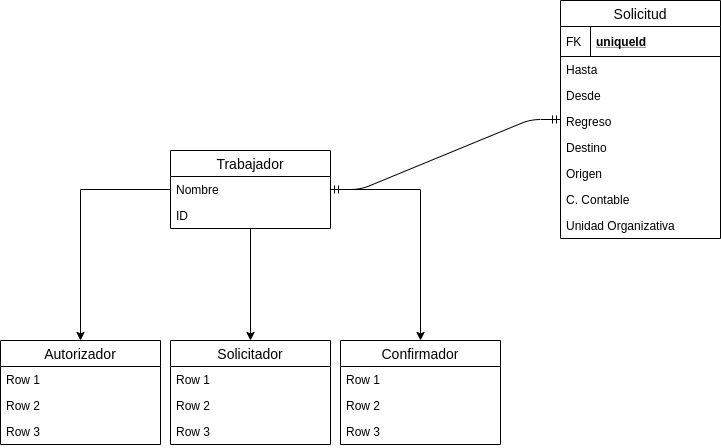
This is Solicitud de Dietas.png from yandivd/solicitud_dieta, a draw.io export, as it was before one commit. Source tidied: cells renumbered, new cells last; positions are measured from the earlier drawing's top-left corner, leaving out a move shared by most shapes.
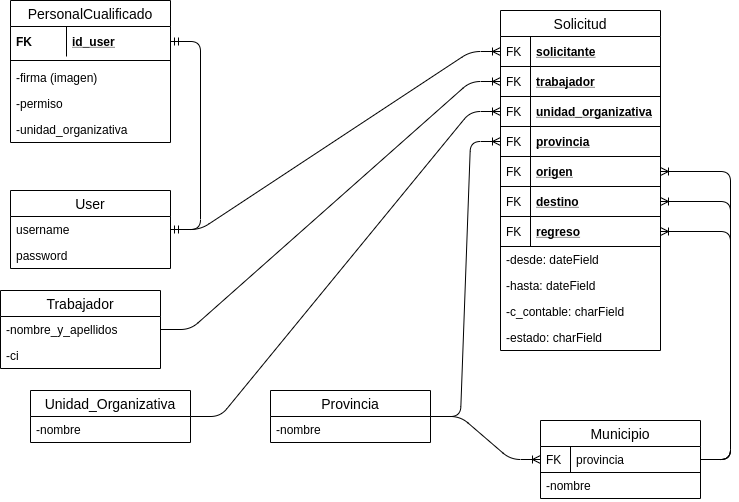
The same file after the commit.

Change to the diagram source:
```diff
@@ -2,92 +2,152 @@
   <root>
     <mxCell id="0" />
     <mxCell id="1" parent="0" />
-    <mxCell id="2" style="edgeStyle=orthogonalEdgeStyle;rounded=0;jettySize=auto;html=1;" parent="1" edge="1" source="28" target="13">
-      <mxGeometry relative="1" as="geometry" />
-    </mxCell>
-    <mxCell id="3" style="edgeStyle=orthogonalEdgeStyle;rounded=0;jettySize=auto;html=1;" parent="1" edge="1" source="28" target="5">
-      <mxGeometry relative="1" as="geometry" />
-    </mxCell>
-    <mxCell id="4" style="edgeStyle=orthogonalEdgeStyle;rounded=0;jettySize=auto;html=1;" parent="1" edge="1" source="28" target="9">
-      <mxGeometry relative="1" as="geometry" />
-    </mxCell>
-    <mxCell id="5" value="Solicitador" style="swimlane;fontStyle=0;horizontal=1;startSize=26;align=center;fontSize=14;" parent="1" vertex="1">
-      <mxGeometry x="170" y="340" width="160" height="104" as="geometry" />
-    </mxCell>
-    <mxCell id="6" value="Row 1" style="text;strokeColor=none;fillColor=none;spacingLeft=4;spacingRight=4;overflow=hidden;fontSize=12;" parent="5" vertex="1">
-      <mxGeometry y="26" width="160" height="26" as="geometry" />
-    </mxCell>
-    <mxCell id="7" value="Row 2" style="text;strokeColor=none;fillColor=none;spacingLeft=4;spacingRight=4;overflow=hidden;fontSize=12;" parent="5" vertex="1">
-      <mxGeometry y="52" width="160" height="26" as="geometry" />
-    </mxCell>
-    <mxCell id="8" value="Row 3" style="text;strokeColor=none;fillColor=none;spacingLeft=4;spacingRight=4;overflow=hidden;fontSize=12;" parent="5" vertex="1">
-      <mxGeometry y="78" width="160" height="26" as="geometry" />
-    </mxCell>
-    <mxCell id="9" value="Confirmador" style="swimlane;fontStyle=0;horizontal=1;startSize=26;align=center;fontSize=14;" parent="1" vertex="1">
-      <mxGeometry x="340" y="340" width="160" height="104" as="geometry" />
-    </mxCell>
-    <mxCell id="10" value="Row 1" style="text;strokeColor=none;fillColor=none;spacingLeft=4;spacingRight=4;overflow=hidden;fontSize=12;" parent="9" vertex="1">
-      <mxGeometry y="26" width="160" height="26" as="geometry" />
-    </mxCell>
-    <mxCell id="11" value="Row 2" style="text;strokeColor=none;fillColor=none;spacingLeft=4;spacingRight=4;overflow=hidden;fontSize=12;" parent="9" vertex="1">
-      <mxGeometry y="52" width="160" height="26" as="geometry" />
-    </mxCell>
-    <mxCell id="12" value="Row 3" style="text;strokeColor=none;fillColor=none;spacingLeft=4;spacingRight=4;overflow=hidden;fontSize=12;" parent="9" vertex="1">
-      <mxGeometry y="78" width="160" height="26" as="geometry" />
-    </mxCell>
-    <mxCell id="13" value="Autorizador" style="swimlane;fontStyle=0;horizontal=1;startSize=26;align=center;fontSize=14;" parent="1" vertex="1">
-      <mxGeometry y="340" width="160" height="104" as="geometry" />
-    </mxCell>
-    <mxCell id="14" value="Row 1" style="text;strokeColor=none;fillColor=none;spacingLeft=4;spacingRight=4;overflow=hidden;fontSize=12;" parent="13" vertex="1">
-      <mxGeometry y="26" width="160" height="26" as="geometry" />
-    </mxCell>
-    <mxCell id="15" value="Row 2" style="text;strokeColor=none;fillColor=none;spacingLeft=4;spacingRight=4;overflow=hidden;fontSize=12;" parent="13" vertex="1">
-      <mxGeometry y="52" width="160" height="26" as="geometry" />
-    </mxCell>
-    <mxCell id="16" value="Row 3" style="text;strokeColor=none;fillColor=none;spacingLeft=4;spacingRight=4;overflow=hidden;fontSize=12;" parent="13" vertex="1">
-      <mxGeometry y="78" width="160" height="26" as="geometry" />
-    </mxCell>
+    <mxCell id="31" style="edgeStyle=entityRelationEdgeStyle;fontSize=12;html=1;endArrow=ERmandOne;startArrow=ERmandOne;" parent="1" edge="1" source="59" target="54">
+      <mxGeometry relative="1" as="geometry" />
+    </mxCell>
+    <mxCell id="32" style="edgeStyle=entityRelationEdgeStyle;fontSize=12;html=1;endArrow=ERoneToMany;" parent="1" edge="1" source="64" target="69">
+      <mxGeometry relative="1" as="geometry" />
+    </mxCell>
+    <mxCell id="33" style="edgeStyle=entityRelationEdgeStyle;fontSize=12;html=1;endArrow=ERoneToMany;" parent="1" edge="1" source="59" target="18">
+      <mxGeometry relative="1" as="geometry" />
+    </mxCell>
+    <mxCell id="34" style="edgeStyle=entityRelationEdgeStyle;fontSize=12;html=1;endArrow=ERoneToMany;" parent="1" edge="1" source="28" target="40">
+      <mxGeometry relative="1" as="geometry" />
+    </mxCell>
+    <mxCell id="35" style="edgeStyle=entityRelationEdgeStyle;fontSize=12;html=1;endArrow=ERoneToMany;" parent="1" edge="1" source="66" target="42">
+      <mxGeometry relative="1" as="geometry" />
+    </mxCell>
+    <mxCell id="36" style="edgeStyle=entityRelationEdgeStyle;fontSize=12;html=1;endArrow=ERoneToMany;" parent="1" edge="1" source="64" target="44">
+      <mxGeometry relative="1" as="geometry" />
+    </mxCell>
+    <mxCell id="37" style="edgeStyle=entityRelationEdgeStyle;fontSize=12;html=1;endArrow=ERoneToMany;" parent="1" edge="1" source="68" target="46">
+      <mxGeometry relative="1" as="geometry" />
+    </mxCell>
+    <mxCell id="38" style="edgeStyle=entityRelationEdgeStyle;fontSize=12;html=1;endArrow=ERoneToMany;" parent="1" edge="1" source="68" target="48">
+      <mxGeometry relative="1" as="geometry" />
+    </mxCell>
+    <mxCell id="39" style="edgeStyle=entityRelationEdgeStyle;fontSize=12;html=1;endArrow=ERoneToMany;" parent="1" edge="1" source="68" target="50">
+      <mxGeometry relative="1" as="geometry" />
+    </mxCell>
     <mxCell id="17" value="Solicitud" style="swimlane;fontStyle=0;horizontal=1;startSize=26;align=center;fontSize=14;" parent="1" vertex="1">
-      <mxGeometry x="560" width="160" height="238" as="geometry" />
+      <mxGeometry x="530" y="-990" width="160" height="340" as="geometry" />
     </mxCell>
-    <mxCell id="18" value="uniqueId" style="shape=partialRectangle;top=0;left=0;right=0;bottom=1;align=left;verticalAlign=middle;fillColor=none;spacingLeft=34;spacingRight=4;overflow=hidden;points=[[0,0.5],[1,0.5]];portConstraint=eastwest;fontStyle=5;fontSize=12;" parent="17" vertex="1">
+    <mxCell id="18" value="solicitante" style="shape=partialRectangle;top=0;left=0;right=0;bottom=1;align=left;verticalAlign=middle;fillColor=none;spacingLeft=34;spacingRight=4;overflow=hidden;points=[[0,0.5],[1,0.5]];portConstraint=eastwest;fontStyle=5;fontSize=12;" parent="17" vertex="1">
       <mxGeometry y="26" width="160" height="30" as="geometry" />
     </mxCell>
     <mxCell id="19" value="FK" style="shape=partialRectangle;top=0;left=0;bottom=0;fillColor=none;align=left;verticalAlign=middle;spacingLeft=4;spacingRight=4;overflow=hidden;fontSize=12;" parent="18" vertex="1">
       <mxGeometry width="30" height="30" as="geometry" />
     </mxCell>
+    <mxCell id="40" value="trabajador" style="shape=partialRectangle;top=0;left=0;right=0;bottom=1;align=left;verticalAlign=middle;fillColor=none;spacingLeft=34;spacingRight=4;overflow=hidden;points=[[0,0.5],[1,0.5]];portConstraint=eastwest;fontStyle=5;fontSize=12;" parent="17" vertex="1">
+      <mxGeometry y="56" width="160" height="30" as="geometry" />
+    </mxCell>
+    <mxCell id="41" value="FK" style="shape=partialRectangle;top=0;left=0;bottom=0;fillColor=none;align=left;verticalAlign=middle;spacingLeft=4;spacingRight=4;overflow=hidden;fontSize=12;" parent="40" vertex="1">
+      <mxGeometry width="30" height="30" as="geometry" />
+    </mxCell>
+    <mxCell id="42" value="unidad_organizativa" style="shape=partialRectangle;top=0;left=0;right=0;bottom=1;align=left;verticalAlign=middle;fillColor=none;spacingLeft=34;spacingRight=4;overflow=hidden;points=[[0,0.5],[1,0.5]];portConstraint=eastwest;fontStyle=5;fontSize=12;" parent="17" vertex="1">
+      <mxGeometry y="86" width="160" height="30" as="geometry" />
+    </mxCell>
+    <mxCell id="43" value="FK" style="shape=partialRectangle;top=0;left=0;bottom=0;fillColor=none;align=left;verticalAlign=middle;spacingLeft=4;spacingRight=4;overflow=hidden;fontSize=12;" parent="42" vertex="1">
+      <mxGeometry width="30" height="30" as="geometry" />
+    </mxCell>
+    <mxCell id="44" value="provincia" style="shape=partialRectangle;top=0;left=0;right=0;bottom=1;align=left;verticalAlign=middle;fillColor=none;spacingLeft=34;spacingRight=4;overflow=hidden;points=[[0,0.5],[1,0.5]];portConstraint=eastwest;fontStyle=5;fontSize=12;" parent="17" vertex="1">
+      <mxGeometry y="116" width="160" height="30" as="geometry" />
+    </mxCell>
+    <mxCell id="45" value="FK" style="shape=partialRectangle;top=0;left=0;bottom=0;fillColor=none;align=left;verticalAlign=middle;spacingLeft=4;spacingRight=4;overflow=hidden;fontSize=12;" parent="44" vertex="1">
+      <mxGeometry width="30" height="30" as="geometry" />
+    </mxCell>
+    <mxCell id="46" value="origen" style="shape=partialRectangle;top=0;left=0;right=0;bottom=1;align=left;verticalAlign=middle;fillColor=none;spacingLeft=34;spacingRight=4;overflow=hidden;points=[[0,0.5],[1,0.5]];portConstraint=eastwest;fontStyle=5;fontSize=12;" parent="17" vertex="1">
+      <mxGeometry y="146" width="160" height="30" as="geometry" />
+    </mxCell>
+    <mxCell id="47" value="FK" style="shape=partialRectangle;top=0;left=0;bottom=0;fillColor=none;align=left;verticalAlign=middle;spacingLeft=4;spacingRight=4;overflow=hidden;fontSize=12;" parent="46" vertex="1">
+      <mxGeometry width="30" height="30" as="geometry" />
+    </mxCell>
+    <mxCell id="48" value="destino" style="shape=partialRectangle;top=0;left=0;right=0;bottom=1;align=left;verticalAlign=middle;fillColor=none;spacingLeft=34;spacingRight=4;overflow=hidden;points=[[0,0.5],[1,0.5]];portConstraint=eastwest;fontStyle=5;fontSize=12;" parent="17" vertex="1">
+      <mxGeometry y="176" width="160" height="30" as="geometry" />
+    </mxCell>
+    <mxCell id="49" value="FK" style="shape=partialRectangle;top=0;left=0;bottom=0;fillColor=none;align=left;verticalAlign=middle;spacingLeft=4;spacingRight=4;overflow=hidden;fontSize=12;" parent="48" vertex="1">
+      <mxGeometry width="30" height="30" as="geometry" />
+    </mxCell>
+    <mxCell id="50" value="regreso" style="shape=partialRectangle;top=0;left=0;right=0;bottom=1;align=left;verticalAlign=middle;fillColor=none;spacingLeft=34;spacingRight=4;overflow=hidden;points=[[0,0.5],[1,0.5]];portConstraint=eastwest;fontStyle=5;fontSize=12;" parent="17" vertex="1">
+      <mxGeometry y="206" width="160" height="30" as="geometry" />
+    </mxCell>
+    <mxCell id="51" value="FK" style="shape=partialRectangle;top=0;left=0;bottom=0;fillColor=none;align=left;verticalAlign=middle;spacingLeft=4;spacingRight=4;overflow=hidden;fontSize=12;" parent="50" vertex="1">
+      <mxGeometry width="30" height="30" as="geometry" />
+    </mxCell>
+    <mxCell id="21" value="-desde: dateField" style="text;strokeColor=none;fillColor=none;spacingLeft=4;spacingRight=4;overflow=hidden;fontSize=12;" parent="17" vertex="1">
+      <mxGeometry y="236" width="160" height="26" as="geometry" />
+    </mxCell>
-    <mxCell id="20" value="Hasta" style="text;strokeColor=none;fillColor=none;spacingLeft=4;spacingRight=4;overflow=hidden;fontSize=12;" parent="17" vertex="1">
-      <mxGeometry y="56" width="160" height="26" as="geometry" />
+    <mxCell id="20" value="-hasta: dateField" style="text;strokeColor=none;fillColor=none;spacingLeft=4;spacingRight=4;overflow=hidden;fontSize=12;" parent="17" vertex="1">
+      <mxGeometry y="262" width="160" height="26" as="geometry" />
     </mxCell>
-    <mxCell id="21" value="Desde" style="text;strokeColor=none;fillColor=none;spacingLeft=4;spacingRight=4;overflow=hidden;fontSize=12;" parent="17" vertex="1">
-      <mxGeometry y="82" width="160" height="26" as="geometry" />
-    </mxCell>
-    <mxCell id="22" value="Regreso" style="text;strokeColor=none;fillColor=none;spacingLeft=4;spacingRight=4;overflow=hidden;fontSize=12;" parent="17" vertex="1">
-      <mxGeometry y="108" width="160" height="26" as="geometry" />
-    </mxCell>
-    <mxCell id="23" value="Destino" style="text;strokeColor=none;fillColor=none;spacingLeft=4;spacingRight=4;overflow=hidden;fontSize=12;" parent="17" vertex="1">
-      <mxGeometry y="134" width="160" height="26" as="geometry" />
-    </mxCell>
-    <mxCell id="24" value="Origen" style="text;strokeColor=none;fillColor=none;spacingLeft=4;spacingRight=4;overflow=hidden;fontSize=12;" parent="17" vertex="1">
-      <mxGeometry y="160" width="160" height="26" as="geometry" />
-    </mxCell>
-    <mxCell id="25" value="C. Contable" style="text;strokeColor=none;fillColor=none;spacingLeft=4;spacingRight=4;overflow=hidden;fontSize=12;" parent="17" vertex="1">
-      <mxGeometry y="186" width="160" height="26" as="geometry" />
+    <mxCell id="25" value="-c_contable: charField" style="text;strokeColor=none;fillColor=none;spacingLeft=4;spacingRight=4;overflow=hidden;fontSize=12;" parent="17" vertex="1">
+      <mxGeometry y="288" width="160" height="26" as="geometry" />
     </mxCell>
-    <mxCell id="26" value="Unidad Organizativa" style="text;strokeColor=none;fillColor=none;spacingLeft=4;spacingRight=4;overflow=hidden;fontSize=12;" parent="17" vertex="1">
-      <mxGeometry y="212" width="160" height="26" as="geometry" />
-    </mxCell>
-    <mxCell id="27" style="edgeStyle=entityRelationEdgeStyle;fontSize=12;html=1;endArrow=ERmandOne;startArrow=ERmandOne;" parent="1" edge="1" source="28" target="17">
-      <mxGeometry relative="1" as="geometry" />
-    </mxCell>
+    <mxCell id="52" value="-estado: charField" style="text;strokeColor=none;fillColor=none;spacingLeft=4;spacingRight=4;overflow=hidden;fontSize=12;" parent="17" vertex="1">
+      <mxGeometry y="314" width="160" height="26" as="geometry" />
+    </mxCell>
+    <mxCell id="53" value="PersonalCualificado" style="swimlane;fontStyle=0;horizontal=1;startSize=26;align=center;fontSize=14;" parent="1" vertex="1">
+      <mxGeometry x="40" y="-1000" width="160" height="142" as="geometry" />
+    </mxCell>
+    <mxCell id="54" value="id_user" style="shape=partialRectangle;top=0;left=0;right=0;bottom=0;align=left;verticalAlign=middle;fillColor=none;spacingLeft=60;spacingRight=4;overflow=hidden;points=[[0,0.5],[1,0.5]];portConstraint=eastwest;fontStyle=5;fontSize=12;" parent="53" vertex="1">
+      <mxGeometry y="26" width="160" height="30" as="geometry" />
+    </mxCell>
+    <mxCell id="55" value="FK" style="shape=partialRectangle;fontStyle=1;top=0;left=0;bottom=0;fillColor=none;align=left;verticalAlign=middle;spacingLeft=4;spacingRight=4;overflow=hidden;fontSize=12;" parent="54" vertex="1">
+      <mxGeometry width="56" height="30" as="geometry" />
+    </mxCell>
+    <mxCell id="56" style="line;strokeWidth=1;fillColor=none;align=left;verticalAlign=middle;spacingTop=-1;spacingLeft=3;spacingRight=3;labelPosition=right;fontSize=12;" parent="53" vertex="1">
+      <mxGeometry y="56" width="160" height="8" as="geometry" />
+    </mxCell>
+    <mxCell id="10" value="-firma (imagen)" style="text;strokeColor=none;fillColor=none;spacingLeft=4;spacingRight=4;overflow=hidden;fontSize=12;" parent="53" vertex="1">
+      <mxGeometry y="64" width="160" height="26" as="geometry" />
+    </mxCell>
+    <mxCell id="57" value="-permiso" style="text;strokeColor=none;fillColor=none;spacingLeft=4;spacingRight=4;overflow=hidden;fontSize=12;" parent="53" vertex="1">
+      <mxGeometry y="90" width="160" height="26" as="geometry" />
+    </mxCell>
+    <mxCell id="58" value="-unidad_organizativa" style="text;strokeColor=none;fillColor=none;spacingLeft=4;spacingRight=4;overflow=hidden;fontSize=12;" parent="53" vertex="1">
+      <mxGeometry y="116" width="160" height="26" as="geometry" />
+    </mxCell>
+    <mxCell id="59" value="User" style="swimlane;fontStyle=0;horizontal=1;startSize=26;align=center;fontSize=14;" parent="1" vertex="1">
+      <mxGeometry x="40" y="-810" width="160" height="78" as="geometry" />
+    </mxCell>
+    <mxCell id="60" value="username" style="text;strokeColor=none;fillColor=none;spacingLeft=4;spacingRight=4;overflow=hidden;fontSize=12;" parent="59" vertex="1">
+      <mxGeometry y="26" width="160" height="26" as="geometry" />
+    </mxCell>
+    <mxCell id="61" value="password" style="text;strokeColor=none;fillColor=none;spacingLeft=4;spacingRight=4;overflow=hidden;fontSize=12;" parent="59" vertex="1">
+      <mxGeometry y="52" width="160" height="26" as="geometry" />
+    </mxCell>
     <mxCell id="28" value="Trabajador" style="swimlane;fontStyle=0;horizontal=1;startSize=26;align=center;fontSize=14;" parent="1" vertex="1">
-      <mxGeometry x="170" y="150" width="160" height="78" as="geometry" />
+      <mxGeometry x="30" y="-710" width="160" height="78" as="geometry" />
     </mxCell>
-    <mxCell id="29" value="Nombre" style="text;strokeColor=none;fillColor=none;spacingLeft=4;spacingRight=4;overflow=hidden;fontSize=12;" parent="28" vertex="1">
-      <mxGeometry y="26" width="160" height="26" as="geometry" />
-    </mxCell>
-    <mxCell id="30" value="ID" style="text;strokeColor=none;fillColor=none;spacingLeft=4;spacingRight=4;overflow=hidden;fontSize=12;" parent="28" vertex="1">
-      <mxGeometry y="52" width="160" height="26" as="geometry" />
-    </mxCell>
+    <mxCell id="62" value="-nombre_y_apellidos" style="text;strokeColor=none;fillColor=none;spacingLeft=4;spacingRight=4;overflow=hidden;fontSize=12;" parent="28" vertex="1">
+      <mxGeometry y="26" width="160" height="26" as="geometry" />
+    </mxCell>
+    <mxCell id="63" value="-ci" style="text;strokeColor=none;fillColor=none;spacingLeft=4;spacingRight=4;overflow=hidden;fontSize=12;" parent="28" vertex="1">
+      <mxGeometry y="52" width="160" height="26" as="geometry" />
+    </mxCell>
+    <mxCell id="64" value="Provincia" style="swimlane;fontStyle=0;horizontal=1;startSize=26;align=center;fontSize=14;" parent="1" vertex="1">
+      <mxGeometry x="300" y="-610" width="160" height="52" as="geometry" />
+    </mxCell>
+    <mxCell id="65" value="-nombre" style="text;strokeColor=none;fillColor=none;spacingLeft=4;spacingRight=4;overflow=hidden;fontSize=12;" parent="64" vertex="1">
+      <mxGeometry y="26" width="160" height="26" as="geometry" />
+    </mxCell>
+    <mxCell id="66" value="Unidad_Organizativa" style="swimlane;fontStyle=0;horizontal=1;startSize=26;align=center;fontSize=14;" parent="1" vertex="1">
+      <mxGeometry x="60" y="-610" width="160" height="52" as="geometry" />
+    </mxCell>
+    <mxCell id="67" value="-nombre" style="text;strokeColor=none;fillColor=none;spacingLeft=4;spacingRight=4;overflow=hidden;fontSize=12;" parent="66" vertex="1">
+      <mxGeometry y="26" width="160" height="26" as="geometry" />
+    </mxCell>
+    <mxCell id="68" value="Municipio" style="swimlane;fontStyle=0;horizontal=1;startSize=26;align=center;fontSize=14;" parent="1" vertex="1">
+      <mxGeometry x="570" y="-580" width="160" height="78" as="geometry" />
+    </mxCell>
+    <mxCell id="69" value="provincia" style="shape=partialRectangle;top=0;left=0;right=0;bottom=1;align=left;verticalAlign=top;fillColor=none;spacingLeft=34;spacingRight=4;overflow=hidden;points=[[0,0.5],[1,0.5]];portConstraint=eastwest;fontSize=12;" parent="68" vertex="1">
+      <mxGeometry y="26" width="160" height="26" as="geometry" />
+    </mxCell>
+    <mxCell id="70" value="FK" style="shape=partialRectangle;top=0;left=0;bottom=0;fillColor=none;align=left;verticalAlign=top;spacingLeft=4;spacingRight=4;overflow=hidden;fontSize=12;" parent="69" vertex="1">
+      <mxGeometry width="30" height="26" as="geometry" />
+    </mxCell>
+    <mxCell id="71" value="-nombre" style="text;strokeColor=none;fillColor=none;spacingLeft=4;spacingRight=4;overflow=hidden;fontSize=12;" parent="68" vertex="1">
+      <mxGeometry y="52" width="160" height="26" as="geometry" />
+    </mxCell>
   </root>
 </mxGraphModel>
```
